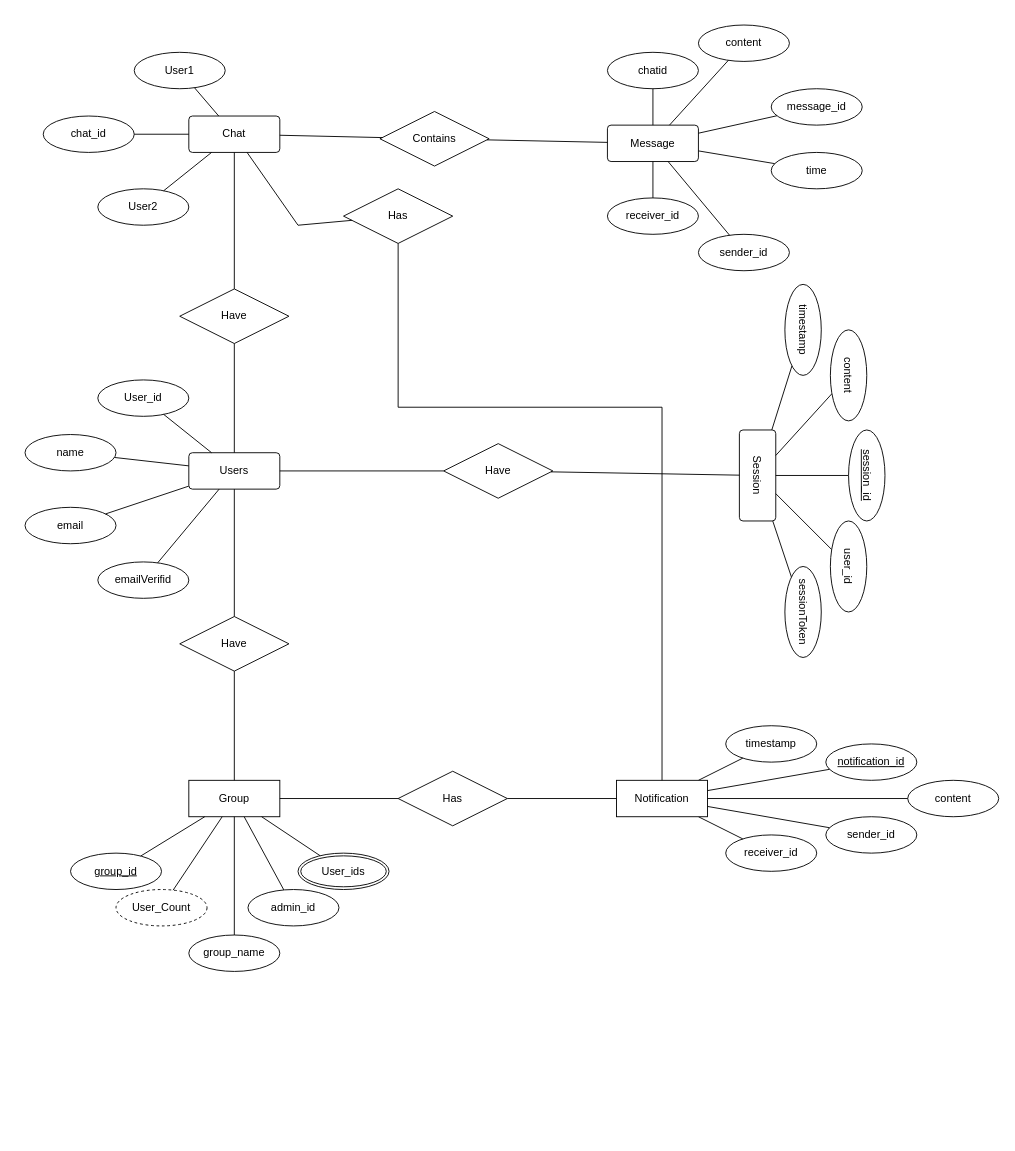
Before: Draw.io/Untitled Diagram.drawio in Vishwanath61/21CS210-DBMS-LAB, a draw.io diagram. Source tidied: cells renumbered, new cells numbered last; positions are measured from the earlier drawing's top-left corner, leaving out a move shared by most shapes. Both pictures are drawn from the tidied source at 91%, with x=0, y=0 at pixel (25, 25).
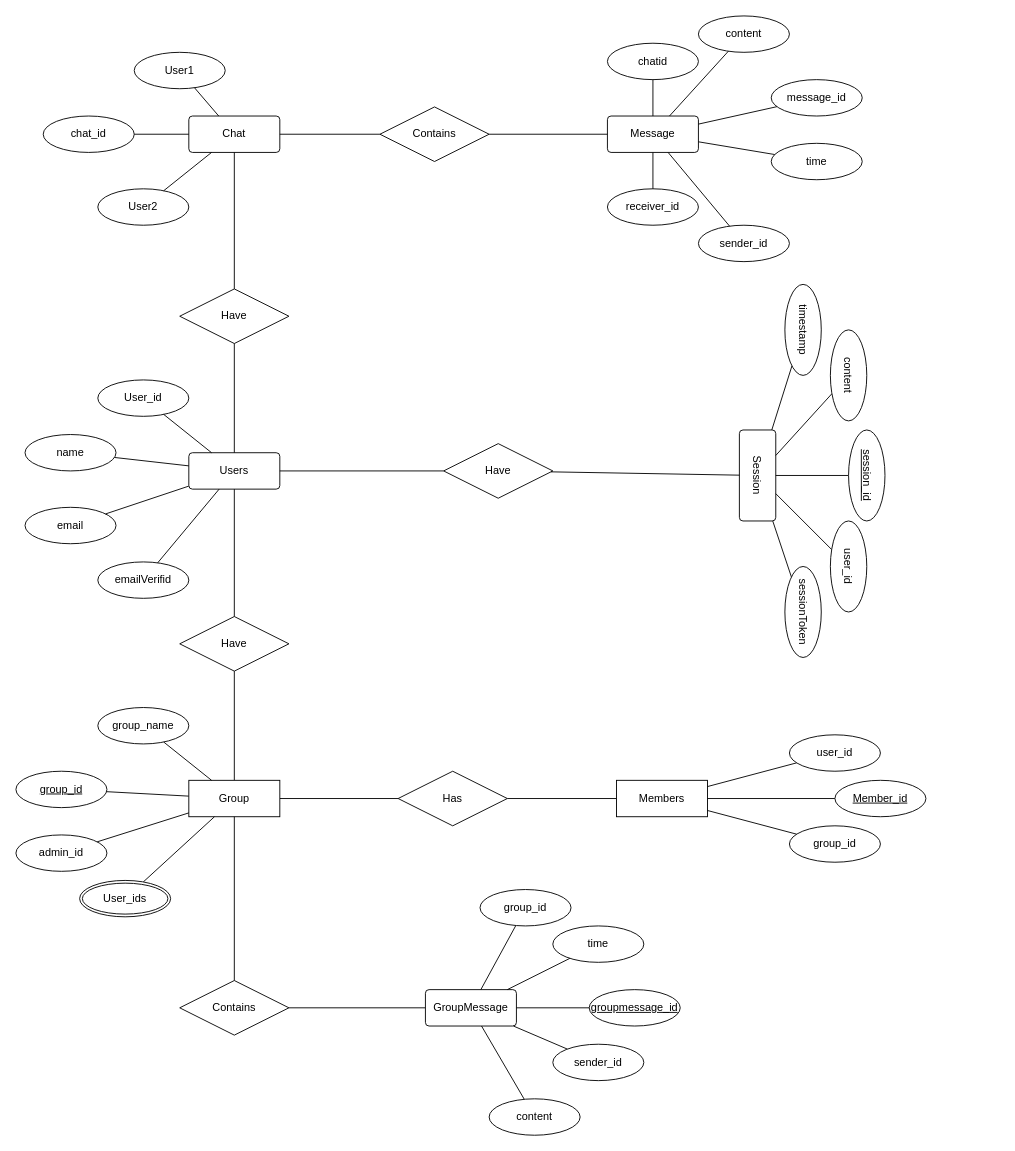
The same diagram, later.

Unchanged cells that the change refers to:
```xml
<mxCell id="3" value="Chat" style="rounded=1;arcSize=10;whiteSpace=wrap;html=1;align=center;" parent="2" vertex="1">
  <mxGeometry x="160" y="70" width="100" height="40" as="geometry" />
</mxCell>
```

The edit, as a diff of the source:
```diff
@@
     <mxCell id="10" style="group;" parent="1" vertex="1">
-      <mxGeometry x="640" width="280" height="270" as="geometry" />
+      <mxGeometry x="640" y="-10" width="280" height="270" as="geometry" />
     </mxCell>
@@
     <mxCell id="24" value="Contains" style="shape=rhombus;perimeter=rhombusPerimeter;whiteSpace=wrap;html=1;align=center;" parent="1" vertex="1">
-      <mxGeometry x="390" y="95" width="120" height="60" as="geometry" />
+      <mxGeometry x="390" y="90" width="120" height="60" as="geometry" />
     </mxCell>
@@
-    <mxCell id="39" style="group;" parent="1" vertex="1">
-      <mxGeometry x="650" y="770" width="420" height="160" as="geometry" />
-    </mxCell>
-    <mxCell id="40" style="group;" parent="39" vertex="1">
-      <mxGeometry x="120" width="300" height="160" as="geometry" />
-    </mxCell>
-    <mxCell id="41" style="group;" parent="40" vertex="1">
-      <mxGeometry width="300" height="160" as="geometry" />
-    </mxCell>
-    <mxCell id="42" value="timestamp" style="ellipse;whiteSpace=wrap;html=1;align=center;" parent="41" vertex="1">
-      <mxGeometry width="100" height="40" as="geometry" />
-    </mxCell>
-    <mxCell id="43" value="notification_id" style="ellipse;whiteSpace=wrap;html=1;align=center;fontStyle=4;" parent="41" vertex="1">
-      <mxGeometry x="110" y="20" width="100" height="40" as="geometry" />
-    </mxCell>
-    <mxCell id="44" value="content" style="ellipse;whiteSpace=wrap;html=1;align=center;" parent="41" vertex="1">
-      <mxGeometry x="200" y="60" width="100" height="40" as="geometry" />
-    </mxCell>
-    <mxCell id="45" value="sender_id" style="ellipse;whiteSpace=wrap;html=1;align=center;" parent="41" vertex="1">
-      <mxGeometry x="110" y="100" width="100" height="40" as="geometry" />
-    </mxCell>
-    <mxCell id="46" value="receiver_id" style="ellipse;whiteSpace=wrap;html=1;align=center;" parent="41" vertex="1">
-      <mxGeometry y="120" width="100" height="40" as="geometry" />
-    </mxCell>
-    <mxCell id="47" style="endArrow=none;html=1;rounded=0;" parent="39" edge="1" source="42" target="49">
-      <mxGeometry relative="1" as="geometry" />
-    </mxCell>
-    <mxCell id="48" style="endArrow=none;html=1;rounded=0;" parent="39" edge="1" source="46" target="49">
-      <mxGeometry relative="1" as="geometry" />
-    </mxCell>
-    <mxCell id="49" value="Notification" style="whiteSpace=wrap;html=1;align=center;" parent="39" vertex="1">
-      <mxGeometry y="60" width="100" height="40" as="geometry" />
-    </mxCell>
-    <mxCell id="50" style="endArrow=none;html=1;rounded=0;" parent="39" edge="1" source="43" target="49">
-      <mxGeometry relative="1" as="geometry" />
-    </mxCell>
-    <mxCell id="51" style="endArrow=none;html=1;rounded=0;" parent="39" edge="1" source="44" target="49">
-      <mxGeometry relative="1" as="geometry" />
-    </mxCell>
-    <mxCell id="52" style="endArrow=none;html=1;rounded=0;" parent="39" edge="1" source="45" target="49">
-      <mxGeometry relative="1" as="geometry" />
-    </mxCell>
-    <mxCell id="53" style="group;" parent="1" vertex="1">
-      <mxGeometry x="50" y="830" width="350" height="210" as="geometry" />
-    </mxCell>
-    <mxCell id="54" value="Group" style="whiteSpace=wrap;html=1;align=center;" parent="53" vertex="1">
-      <mxGeometry x="130" width="100" height="40" as="geometry" />
-    </mxCell>
-    <mxCell id="55" style="group;" parent="53" vertex="1">
-      <mxGeometry y="80" width="350" height="130" as="geometry" />
-    </mxCell>
-    <mxCell id="56" value="group_name" style="ellipse;whiteSpace=wrap;html=1;align=center;" parent="55" vertex="1">
-      <mxGeometry x="130" y="90" width="100" height="40" as="geometry" />
-    </mxCell>
-    <mxCell id="57" value="group_id" style="ellipse;whiteSpace=wrap;html=1;align=center;fontStyle=4;" parent="55" vertex="1">
-      <mxGeometry width="100" height="40" as="geometry" />
-    </mxCell>
-    <mxCell id="58" value="admin_id" style="ellipse;whiteSpace=wrap;html=1;align=center;" parent="55" vertex="1">
-      <mxGeometry x="195" y="40" width="100" height="40" as="geometry" />
-    </mxCell>
-    <mxCell id="59" value="User_Count" style="ellipse;whiteSpace=wrap;html=1;align=center;dashed=1;" parent="55" vertex="1">
-      <mxGeometry x="50" y="40" width="100" height="40" as="geometry" />
-    </mxCell>
-    <mxCell id="60" value="User_ids" style="ellipse;shape=doubleEllipse;margin=3;whiteSpace=wrap;html=1;align=center;" parent="55" vertex="1">
-      <mxGeometry x="250" width="100" height="40" as="geometry" />
-    </mxCell>
-    <mxCell id="61" style="endArrow=none;html=1;rounded=0;" parent="53" edge="1" source="56" target="54">
-      <mxGeometry relative="1" as="geometry" />
-    </mxCell>
-    <mxCell id="62" style="endArrow=none;html=1;rounded=0;" parent="53" edge="1" source="57" target="54">
-      <mxGeometry relative="1" as="geometry" />
-    </mxCell>
-    <mxCell id="63" style="endArrow=none;html=1;rounded=0;" parent="53" edge="1" source="54" target="58">
-      <mxGeometry relative="1" as="geometry" />
-    </mxCell>
-    <mxCell id="64" style="endArrow=none;html=1;rounded=0;" parent="53" edge="1" source="59" target="54">
-      <mxGeometry relative="1" as="geometry" />
-    </mxCell>
-    <mxCell id="65" style="endArrow=none;html=1;rounded=0;" parent="53" edge="1" source="60" target="54">
-      <mxGeometry relative="1" as="geometry" />
-    </mxCell>
@@
-    <mxCell id="79" value="Has" style="shape=rhombus;perimeter=rhombusPerimeter;whiteSpace=wrap;html=1;align=center;" parent="1" vertex="1">
-      <mxGeometry x="350" y="180" width="120" height="60" as="geometry" />
-    </mxCell>
-    <mxCell id="80" style="endArrow=none;html=1;rounded=0;" parent="1" edge="1" source="79" target="3">
-      <mxGeometry relative="1" as="geometry">
-        <Array as="points">
-          <mxPoint x="300" y="220" />
-        </Array>
-      </mxGeometry>
-    </mxCell>
@@
-    <mxCell id="87" style="endArrow=none;html=1;rounded=0;" parent="1" edge="1" source="79" target="49">
-      <mxGeometry relative="1" as="geometry">
-        <Array as="points">
-          <mxPoint x="410" y="420" />
-          <mxPoint x="700" y="420" />
-        </Array>
-      </mxGeometry>
-    </mxCell>
@@
+    <mxCell id="91" style="group;" parent="1" vertex="1">
+      <mxGeometry x="650" y="780" width="340" height="140" as="geometry" />
+    </mxCell>
+    <mxCell id="49" value="Members" style="whiteSpace=wrap;html=1;align=center;" parent="91" vertex="1">
+      <mxGeometry y="50" width="100" height="40" as="geometry" />
+    </mxCell>
+    <mxCell id="48" style="endArrow=none;html=1;rounded=0;" parent="91" edge="1" source="46" target="49">
+      <mxGeometry relative="1" as="geometry" />
+    </mxCell>
+    <mxCell id="50" style="endArrow=none;html=1;rounded=0;" parent="91" edge="1" source="43" target="49">
+      <mxGeometry relative="1" as="geometry" />
+    </mxCell>
+    <mxCell id="52" style="endArrow=none;html=1;rounded=0;" parent="91" edge="1" source="45" target="49">
+      <mxGeometry relative="1" as="geometry" />
+    </mxCell>
+    <mxCell id="92" style="group;" parent="91" vertex="1">
+      <mxGeometry x="190" width="150" height="140" as="geometry" />
+    </mxCell>
+    <mxCell id="43" value="Member_id" style="ellipse;whiteSpace=wrap;html=1;align=center;fontStyle=4;" parent="92" vertex="1">
+      <mxGeometry x="50" y="50" width="100" height="40" as="geometry" />
+    </mxCell>
+    <mxCell id="45" value="user_id" style="ellipse;whiteSpace=wrap;html=1;align=center;" parent="92" vertex="1">
+      <mxGeometry width="100" height="40" as="geometry" />
+    </mxCell>
+    <mxCell id="46" value="group_id" style="ellipse;whiteSpace=wrap;html=1;align=center;" parent="92" vertex="1">
+      <mxGeometry y="100" width="100" height="40" as="geometry" />
+    </mxCell>
+    <mxCell id="93" value="Contains" style="shape=rhombus;perimeter=rhombusPerimeter;whiteSpace=wrap;html=1;align=center;" parent="1" vertex="1">
+      <mxGeometry x="170" y="1050" width="120" height="60" as="geometry" />
+    </mxCell>
+    <mxCell id="94" style="endArrow=none;html=1;rounded=0;" parent="1" edge="1" source="93" target="97">
+      <mxGeometry relative="1" as="geometry" />
+    </mxCell>
+    <mxCell id="57" value="group_id" style="ellipse;whiteSpace=wrap;html=1;align=center;fontStyle=4;" parent="1" vertex="1">
+      <mxGeometry x="-10" y="820" width="100" height="40" as="geometry" />
+    </mxCell>
+    <mxCell id="62" style="endArrow=none;html=1;rounded=0;" parent="1" edge="1" source="57" target="54">
+      <mxGeometry relative="1" as="geometry" />
+    </mxCell>
+    <mxCell id="54" value="Group" style="whiteSpace=wrap;html=1;align=center;" parent="1" vertex="1">
+      <mxGeometry x="180" y="830" width="100" height="40" as="geometry" />
+    </mxCell>
+    <mxCell id="61" style="endArrow=none;html=1;rounded=0;" parent="1" edge="1" source="56" target="54">
+      <mxGeometry relative="1" as="geometry" />
+    </mxCell>
+    <mxCell id="63" style="endArrow=none;html=1;rounded=0;" parent="1" edge="1" source="54" target="58">
+      <mxGeometry relative="1" as="geometry" />
+    </mxCell>
+    <mxCell id="65" style="endArrow=none;html=1;rounded=0;" parent="1" edge="1" source="60" target="54">
+      <mxGeometry relative="1" as="geometry" />
+    </mxCell>
+    <mxCell id="56" value="group_name" style="ellipse;whiteSpace=wrap;html=1;align=center;" parent="1" vertex="1">
+      <mxGeometry x="80" y="750" width="100" height="40" as="geometry" />
+    </mxCell>
+    <mxCell id="58" value="admin_id" style="ellipse;whiteSpace=wrap;html=1;align=center;" parent="1" vertex="1">
+      <mxGeometry x="-10" y="890" width="100" height="40" as="geometry" />
+    </mxCell>
+    <mxCell id="60" value="User_ids" style="ellipse;shape=doubleEllipse;margin=3;whiteSpace=wrap;html=1;align=center;" parent="1" vertex="1">
+      <mxGeometry x="60" y="940" width="100" height="40" as="geometry" />
+    </mxCell>
+    <mxCell id="95" style="endArrow=none;html=1;rounded=0;" parent="1" edge="1" source="54" target="93">
+      <mxGeometry relative="1" as="geometry" />
+    </mxCell>
+    <mxCell id="96" style="group;" parent="1" vertex="1">
+      <mxGeometry x="440" y="950" width="280" height="270" as="geometry" />
+    </mxCell>
+    <mxCell id="97" value="GroupMessage" style="rounded=1;arcSize=10;whiteSpace=wrap;html=1;align=center;" parent="96" vertex="1">
+      <mxGeometry y="110" width="100" height="40" as="geometry" />
+    </mxCell>
+    <mxCell id="98" style="endArrow=none;html=1;rounded=0;" parent="96" edge="1" source="105" target="97">
+      <mxGeometry relative="1" as="geometry" />
+    </mxCell>
+    <mxCell id="99" style="endArrow=none;html=1;rounded=0;" parent="96" edge="1" source="107" target="97">
+      <mxGeometry relative="1" as="geometry" />
+    </mxCell>
+    <mxCell id="100" style="endArrow=none;html=1;rounded=0;" parent="96" edge="1" source="97" target="106">
+      <mxGeometry relative="1" as="geometry" />
+    </mxCell>
+    <mxCell id="101" style="endArrow=none;html=1;rounded=0;" parent="96" edge="1" source="97" target="104">
+      <mxGeometry relative="1" as="geometry" />
+    </mxCell>
+    <mxCell id="102" style="endArrow=none;html=1;rounded=0;" parent="96" edge="1" source="97" target="44">
+      <mxGeometry relative="1" as="geometry" />
+    </mxCell>
+    <mxCell id="103" style="group;" parent="96" vertex="1">
+      <mxGeometry x="60" width="220" height="270" as="geometry" />
+    </mxCell>
+    <mxCell id="104" value="&lt;u&gt;groupmessage_id&lt;/u&gt;" style="ellipse;whiteSpace=wrap;html=1;align=center;" parent="103" vertex="1">
+      <mxGeometry x="120" y="110" width="100" height="40" as="geometry" />
+    </mxCell>
+    <mxCell id="105" value="sender_id" style="ellipse;whiteSpace=wrap;html=1;align=center;" parent="103" vertex="1">
+      <mxGeometry x="80" y="170" width="100" height="40" as="geometry" />
+    </mxCell>
+    <mxCell id="106" value="time" style="ellipse;whiteSpace=wrap;html=1;align=center;" parent="103" vertex="1">
+      <mxGeometry x="80" y="40" width="100" height="40" as="geometry" />
+    </mxCell>
+    <mxCell id="44" value="content" style="ellipse;whiteSpace=wrap;html=1;align=center;" parent="103" vertex="1">
+      <mxGeometry x="10" y="230" width="100" height="40" as="geometry" />
+    </mxCell>
+    <mxCell id="107" value="group_id" style="ellipse;whiteSpace=wrap;html=1;align=center;" parent="103" vertex="1">
+      <mxGeometry width="100" height="40" as="geometry" />
+    </mxCell>
```
